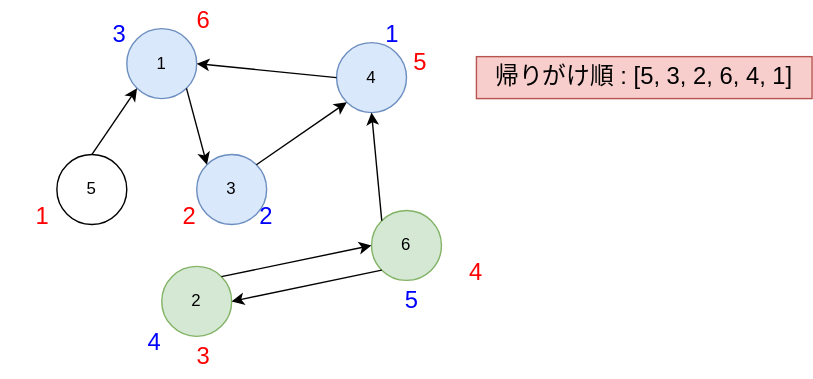
The draw.io diagram static/img/svg/Algorithm/scc-decomposition/scc-decomposition-5.drawio.svg in koseki2580/study-docs, before a commit. Source tidied: cells renumbered, new cells last; positions are measured from the earlier drawing's top-left corner, leaving out a move shared by most shapes. Source of this version:
```xml
<mxGraphModel>
  <root>
    <mxCell id="0" />
    <mxCell id="1" parent="0" />
    <mxCell id="2" value="1" style="ellipse;whiteSpace=wrap;html=1;fillColor=#dae8fc;strokeColor=#6c8ebf;" parent="1" vertex="1">
      <mxGeometry x="90" y="20" width="50" height="50" as="geometry" />
    </mxCell>
    <mxCell id="3" value="5" style="ellipse;whiteSpace=wrap;html=1;" parent="1" vertex="1">
      <mxGeometry x="40" y="110" width="50" height="50" as="geometry" />
    </mxCell>
    <mxCell id="4" value="3" style="ellipse;whiteSpace=wrap;html=1;fillColor=#dae8fc;strokeColor=#6c8ebf;" parent="1" vertex="1">
      <mxGeometry x="140" y="110" width="50" height="50" as="geometry" />
    </mxCell>
    <mxCell id="5" value="2" style="ellipse;whiteSpace=wrap;html=1;fillColor=#d5e8d4;strokeColor=#82b366;" parent="1" vertex="1">
      <mxGeometry x="115" y="190" width="50" height="50" as="geometry" />
    </mxCell>
    <mxCell id="6" value="6" style="ellipse;whiteSpace=wrap;html=1;fillColor=#d5e8d4;strokeColor=#82b366;" parent="1" vertex="1">
      <mxGeometry x="265" y="150" width="50" height="50" as="geometry" />
    </mxCell>
    <mxCell id="7" value="4" style="ellipse;whiteSpace=wrap;html=1;fillColor=#dae8fc;strokeColor=#6c8ebf;" parent="1" vertex="1">
      <mxGeometry x="240" y="30" width="50" height="50" as="geometry" />
    </mxCell>
    <mxCell id="8" style="endArrow=classic;html=1;exitX=0.5;exitY=0;exitDx=0;exitDy=0;entryX=0;entryY=1;entryDx=0;entryDy=0;endFill=1;" parent="1" edge="1" source="3" target="2">
      <mxGeometry relative="1" as="geometry" />
    </mxCell>
    <mxCell id="9" style="endArrow=classic;html=1;exitX=1;exitY=1;exitDx=0;exitDy=0;entryX=0;entryY=0;entryDx=0;entryDy=0;endFill=1;" parent="1" edge="1" source="2" target="4">
      <mxGeometry relative="1" as="geometry" />
    </mxCell>
    <mxCell id="10" style="endArrow=classic;html=1;entryX=1;entryY=0.5;entryDx=0;entryDy=0;endFill=1;exitX=0;exitY=0.5;exitDx=0;exitDy=0;" parent="1" edge="1" source="7" target="2">
      <mxGeometry relative="1" as="geometry" />
    </mxCell>
    <mxCell id="11" style="endArrow=classic;html=1;entryX=0;entryY=1;entryDx=0;entryDy=0;endFill=1;exitX=1;exitY=0;exitDx=0;exitDy=0;" parent="1" edge="1" source="4" target="7">
      <mxGeometry relative="1" as="geometry" />
    </mxCell>
    <mxCell id="12" style="endArrow=classic;html=1;entryX=0.5;entryY=1;entryDx=0;entryDy=0;endFill=1;exitX=0;exitY=0;exitDx=0;exitDy=0;" parent="1" edge="1" source="6" target="7">
      <mxGeometry relative="1" as="geometry" />
    </mxCell>
    <mxCell id="13" style="endArrow=classic;html=1;entryX=0;entryY=0.5;entryDx=0;entryDy=0;endFill=1;exitX=1;exitY=0;exitDx=0;exitDy=0;" parent="1" edge="1" source="5" target="6">
      <mxGeometry relative="1" as="geometry" />
    </mxCell>
    <mxCell id="14" style="endArrow=classic;html=1;entryX=1;entryY=0.5;entryDx=0;entryDy=0;endFill=1;exitX=0;exitY=1;exitDx=0;exitDy=0;" parent="1" edge="1" source="6" target="5">
      <mxGeometry relative="1" as="geometry" />
    </mxCell>
    <mxCell id="15" value="帰りがけ順 : [5, 3, 2, 6, 4, 1]" style="text;html=1;strokeColor=#b85450;fillColor=#f8cecc;align=center;verticalAlign=middle;whiteSpace=wrap;rounded=0;fontSize=17;" parent="1" vertex="1">
      <mxGeometry x="340" y="40" width="240" height="30" as="geometry" />
    </mxCell>
    <mxCell id="16" value="1" style="text;html=1;strokeColor=none;fillColor=none;align=center;verticalAlign=middle;whiteSpace=wrap;rounded=0;fontSize=17;fontColor=#FF0000;" parent="1" vertex="1">
      <mxGeometry y="140" width="60" height="30" as="geometry" />
    </mxCell>
    <mxCell id="17" value="2" style="text;html=1;strokeColor=none;fillColor=none;align=center;verticalAlign=middle;whiteSpace=wrap;rounded=0;fontSize=17;fontColor=#FF0000;" parent="1" vertex="1">
      <mxGeometry x="105" y="140" width="60" height="30" as="geometry" />
    </mxCell>
    <mxCell id="18" value="3" style="text;html=1;strokeColor=none;fillColor=none;align=center;verticalAlign=middle;whiteSpace=wrap;rounded=0;fontSize=17;fontColor=#FF0000;" parent="1" vertex="1">
      <mxGeometry x="115" y="240" width="60" height="30" as="geometry" />
    </mxCell>
    <mxCell id="19" value="4" style="text;html=1;strokeColor=none;fillColor=none;align=center;verticalAlign=middle;whiteSpace=wrap;rounded=0;fontSize=17;fontColor=#FF0000;" parent="1" vertex="1">
      <mxGeometry x="310" y="180" width="60" height="30" as="geometry" />
    </mxCell>
    <mxCell id="20" value="5" style="text;html=1;strokeColor=none;fillColor=none;align=center;verticalAlign=middle;whiteSpace=wrap;rounded=0;fontSize=17;fontColor=#FF0000;" parent="1" vertex="1">
      <mxGeometry x="270" y="30" width="60" height="30" as="geometry" />
    </mxCell>
    <mxCell id="21" value="6" style="text;html=1;strokeColor=none;fillColor=none;align=center;verticalAlign=middle;whiteSpace=wrap;rounded=0;fontSize=17;fontColor=#FF0000;" parent="1" vertex="1">
      <mxGeometry x="115" width="60" height="30" as="geometry" />
    </mxCell>
    <mxCell id="22" value="3" style="text;html=1;strokeColor=none;fillColor=none;align=center;verticalAlign=middle;whiteSpace=wrap;rounded=0;fontSize=17;fontColor=#0000FF;" parent="1" vertex="1">
      <mxGeometry x="55" y="10" width="60" height="30" as="geometry" />
    </mxCell>
    <mxCell id="23" value="2" style="text;html=1;strokeColor=none;fillColor=none;align=center;verticalAlign=middle;whiteSpace=wrap;rounded=0;fontSize=17;fontColor=#0000FF;" parent="1" vertex="1">
      <mxGeometry x="160" y="140" width="60" height="30" as="geometry" />
    </mxCell>
    <mxCell id="24" value="1" style="text;html=1;strokeColor=none;fillColor=none;align=center;verticalAlign=middle;whiteSpace=wrap;rounded=0;fontSize=17;fontColor=#0000FF;" parent="1" vertex="1">
      <mxGeometry x="250" y="10" width="60" height="30" as="geometry" />
    </mxCell>
    <mxCell id="25" value="4" style="text;html=1;strokeColor=none;fillColor=none;align=center;verticalAlign=middle;whiteSpace=wrap;rounded=0;fontSize=17;fontColor=#0000FF;" parent="1" vertex="1">
      <mxGeometry x="80" y="230" width="60" height="30" as="geometry" />
    </mxCell>
    <mxCell id="26" value="5" style="text;html=1;strokeColor=none;fillColor=none;align=center;verticalAlign=middle;whiteSpace=wrap;rounded=0;fontSize=17;fontColor=#0000FF;" parent="1" vertex="1">
      <mxGeometry x="264" y="200" width="60" height="30" as="geometry" />
    </mxCell>
  </root>
</mxGraphModel>
```
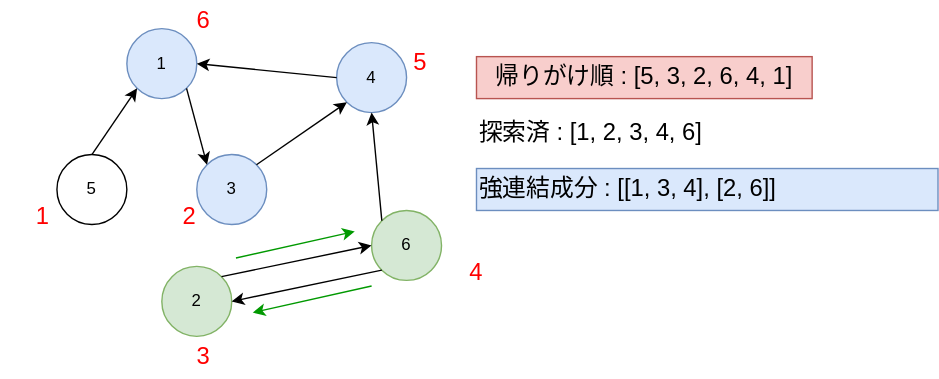
After the change.

Change to the diagram source:
```diff
@@ -62,20 +62,23 @@
     <mxCell id="21" value="6" style="text;html=1;strokeColor=none;fillColor=none;align=center;verticalAlign=middle;whiteSpace=wrap;rounded=0;fontSize=17;fontColor=#FF0000;" parent="1" vertex="1">
       <mxGeometry x="115" width="60" height="30" as="geometry" />
     </mxCell>
-    <mxCell id="22" value="3" style="text;html=1;strokeColor=none;fillColor=none;align=center;verticalAlign=middle;whiteSpace=wrap;rounded=0;fontSize=17;fontColor=#0000FF;" parent="1" vertex="1">
-      <mxGeometry x="55" y="10" width="60" height="30" as="geometry" />
-    </mxCell>
-    <mxCell id="23" value="2" style="text;html=1;strokeColor=none;fillColor=none;align=center;verticalAlign=middle;whiteSpace=wrap;rounded=0;fontSize=17;fontColor=#0000FF;" parent="1" vertex="1">
-      <mxGeometry x="160" y="140" width="60" height="30" as="geometry" />
-    </mxCell>
-    <mxCell id="24" value="1" style="text;html=1;strokeColor=none;fillColor=none;align=center;verticalAlign=middle;whiteSpace=wrap;rounded=0;fontSize=17;fontColor=#0000FF;" parent="1" vertex="1">
-      <mxGeometry x="250" y="10" width="60" height="30" as="geometry" />
-    </mxCell>
-    <mxCell id="25" value="4" style="text;html=1;strokeColor=none;fillColor=none;align=center;verticalAlign=middle;whiteSpace=wrap;rounded=0;fontSize=17;fontColor=#0000FF;" parent="1" vertex="1">
-      <mxGeometry x="80" y="230" width="60" height="30" as="geometry" />
-    </mxCell>
-    <mxCell id="26" value="5" style="text;html=1;strokeColor=none;fillColor=none;align=center;verticalAlign=middle;whiteSpace=wrap;rounded=0;fontSize=17;fontColor=#0000FF;" parent="1" vertex="1">
-      <mxGeometry x="264" y="200" width="60" height="30" as="geometry" />
+    <mxCell id="26" value="強連結成分 : [[1, 3, 4], [2, 6]]" style="text;html=1;strokeColor=#6c8ebf;fillColor=#dae8fc;align=left;verticalAlign=middle;whiteSpace=wrap;rounded=0;fontSize=17;" parent="1" vertex="1">
+      <mxGeometry x="340" y="120" width="330" height="30" as="geometry" />
     </mxCell>
+    <mxCell id="27" value="探索済 : [1, 2, 3, 4, 6]" style="text;html=1;align=left;verticalAlign=middle;whiteSpace=wrap;rounded=0;fontSize=17;" parent="1" vertex="1">
+      <mxGeometry x="340" y="80" width="330" height="30" as="geometry" />
+    </mxCell>
+    <mxCell id="28" style="endArrow=classic;html=1;fillColor=#f8cecc;strokeColor=#009900;" parent="1" edge="1">
+      <mxGeometry relative="1" as="geometry">
+        <mxPoint x="265" y="204" as="sourcePoint" />
+        <mxPoint x="180" y="223" as="targetPoint" />
+      </mxGeometry>
+    </mxCell>
+    <mxCell id="29" style="endArrow=classic;html=1;fillColor=#f8cecc;strokeColor=#009900;" parent="1" edge="1">
+      <mxGeometry relative="1" as="geometry">
+        <mxPoint x="168" y="184" as="sourcePoint" />
+        <mxPoint x="253" y="165" as="targetPoint" />
+      </mxGeometry>
+    </mxCell>
   </root>
 </mxGraphModel>
```
